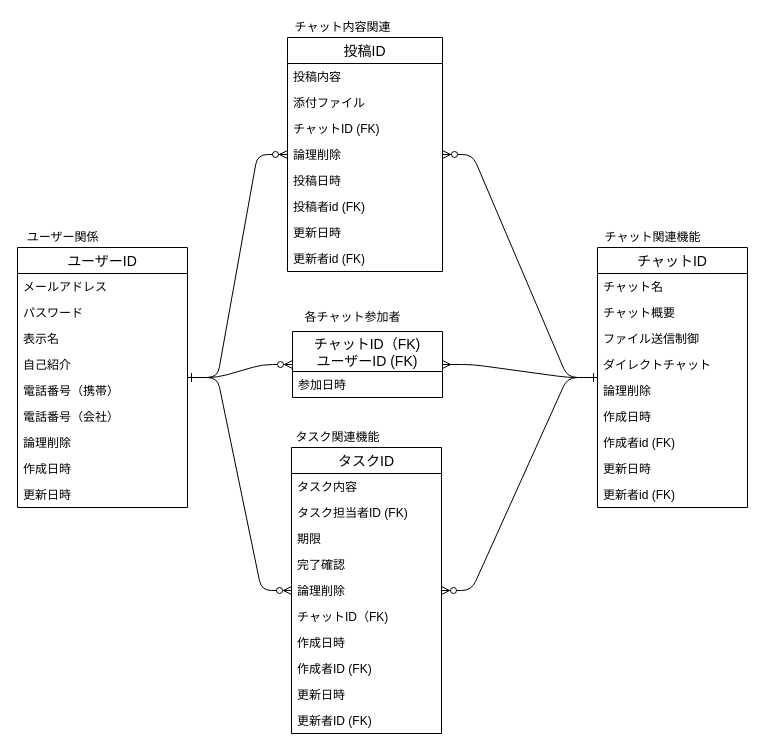
Earlier version of the draw.io diagram db/db-challenge1/chatWork.dio (Odachannnn/quelcode-db). Source tidied: cells renumbered, new cells numbered last; positions are measured from the earlier drawing's top-left corner, leaving out a move shared by most shapes. Both pictures are drawn from the tidied source at 100%, with x=0, y=0 at pixel (17, 17).
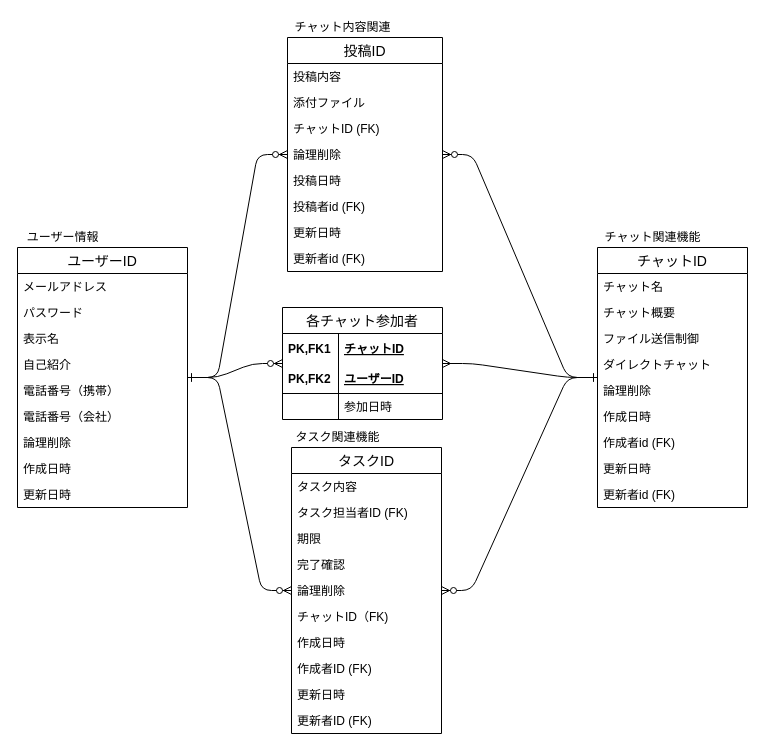
The same diagram, later.

Commit message:
update 各チャット参加者の図式の修正

Unchanged cells that the change refers to:
```xml
<mxCell id="21" value="ユーザーID" style="swimlane;fontStyle=0;horizontal=1;startSize=26;align=center;fontSize=14;" parent="1" vertex="1">
  <mxGeometry y="230" width="170" height="260" as="geometry" />
</mxCell>
<mxCell id="31" value="チャットID" style="swimlane;fontStyle=0;horizontal=1;startSize=26;align=center;fontSize=14;" parent="1" vertex="1">
  <mxGeometry x="580" y="230" width="150" height="260" as="geometry" />
</mxCell>
```

The edit, as a diff of the source:
```diff
@@
-    <mxCell id="2" value="ユーザー関係" style="text;html=1;align=center;verticalAlign=middle;fillColor=none;strokeColor=none;rounded=0;" parent="1" vertex="1">
+    <mxCell id="2" value="ユーザー情報" style="text;html=1;align=center;verticalAlign=middle;fillColor=none;strokeColor=none;rounded=0;" parent="1" vertex="1">
       <mxGeometry y="210" width="90" height="20" as="geometry" />
     </mxCell>
@@
-    <mxCell id="6" style="edgeStyle=entityRelationEdgeStyle;fontSize=12;html=1;endArrow=ERzeroToMany;startArrow=ERone;startFill=0;" parent="1" edge="1" source="21" target="53">
+    <mxCell id="6" style="edgeStyle=entityRelationEdgeStyle;fontSize=12;html=1;endArrow=ERzeroToMany;startArrow=ERone;startFill=0;" parent="1" edge="1" source="21" target="7">
       <mxGeometry relative="1" as="geometry" />
     </mxCell>
-    <mxCell id="7" value="各チャット参加者" style="text;html=1;align=center;verticalAlign=middle;points=[];fillColor=none;strokeColor=none;rounded=0;" parent="1" vertex="1">
-      <mxGeometry x="280" y="290" width="110" height="20" as="geometry" />
-    </mxCell>
-    <mxCell id="8" style="edgeStyle=entityRelationEdgeStyle;fontSize=12;html=1;endArrow=ERone;startArrow=ERmany;endFill=0;startFill=0;" parent="1" edge="1" source="53" target="31">
+    <mxCell id="8" style="edgeStyle=entityRelationEdgeStyle;fontSize=12;html=1;endArrow=ERone;startArrow=ERmany;endFill=0;startFill=0;" parent="1" edge="1" source="7" target="31">
       <mxGeometry relative="1" as="geometry" />
     </mxCell>
@@
-    <mxCell id="53" value="チャットID（FK)&#10;ユーザーID (FK)" style="swimlane;fontStyle=0;horizontal=1;startSize=40;align=center;fontSize=14;" parent="1" vertex="1">
-      <mxGeometry x="275" y="314" width="150" height="66" as="geometry" />
-    </mxCell>
+    <mxCell id="7" value="各チャット参加者" style="swimlane;fontStyle=0;horizontal=1;startSize=26;align=center;fontSize=14;" parent="1" vertex="1">
+      <mxGeometry x="265" y="290" width="160" height="112" as="geometry" />
+    </mxCell>
+    <mxCell id="55" value="チャットID" style="shape=partialRectangle;top=0;left=0;right=0;bottom=0;align=left;verticalAlign=middle;fillColor=none;spacingLeft=60;spacingRight=4;overflow=hidden;fontStyle=5;fontSize=12;" parent="7" vertex="1">
+      <mxGeometry y="26" width="160" height="30" as="geometry" />
+    </mxCell>
+    <mxCell id="56" value="PK,FK1" style="shape=partialRectangle;fontStyle=1;top=0;left=0;bottom=0;fillColor=none;align=left;verticalAlign=middle;spacingLeft=4;spacingRight=4;overflow=hidden;fontSize=12;" parent="55" vertex="1">
+      <mxGeometry width="56" height="30" as="geometry" />
+    </mxCell>
+    <mxCell id="57" value="ユーザーID" style="shape=partialRectangle;top=0;left=0;right=0;bottom=1;align=left;verticalAlign=middle;fillColor=none;spacingLeft=60;spacingRight=4;overflow=hidden;fontStyle=5;fontSize=12;" parent="7" vertex="1">
+      <mxGeometry y="56" width="160" height="30" as="geometry" />
+    </mxCell>
+    <mxCell id="58" value="PK,FK2" style="shape=partialRectangle;fontStyle=1;top=0;left=0;bottom=0;fillColor=none;align=left;verticalAlign=middle;spacingLeft=4;spacingRight=4;overflow=hidden;fontSize=12;" parent="57" vertex="1">
+      <mxGeometry width="56" height="30" as="geometry" />
+    </mxCell>
-    <mxCell id="54" value="参加日時" style="text;strokeColor=none;fillColor=none;spacingLeft=4;spacingRight=4;overflow=hidden;fontSize=12;" parent="53" vertex="1">
-      <mxGeometry y="40" width="150" height="26" as="geometry" />
+    <mxCell id="54" value="参加日時" style="shape=partialRectangle;top=0;left=0;right=0;bottom=0;align=left;verticalAlign=top;fillColor=none;spacingLeft=60;spacingRight=4;overflow=hidden;fontSize=12;" parent="7" vertex="1">
+      <mxGeometry y="86" width="160" height="26" as="geometry" />
     </mxCell>
+    <mxCell id="59" style="shape=partialRectangle;top=0;left=0;bottom=0;fillColor=none;align=left;verticalAlign=top;spacingLeft=4;spacingRight=4;overflow=hidden;fontSize=12;" parent="54" vertex="1">
+      <mxGeometry width="56" height="26" as="geometry" />
+    </mxCell>
```
